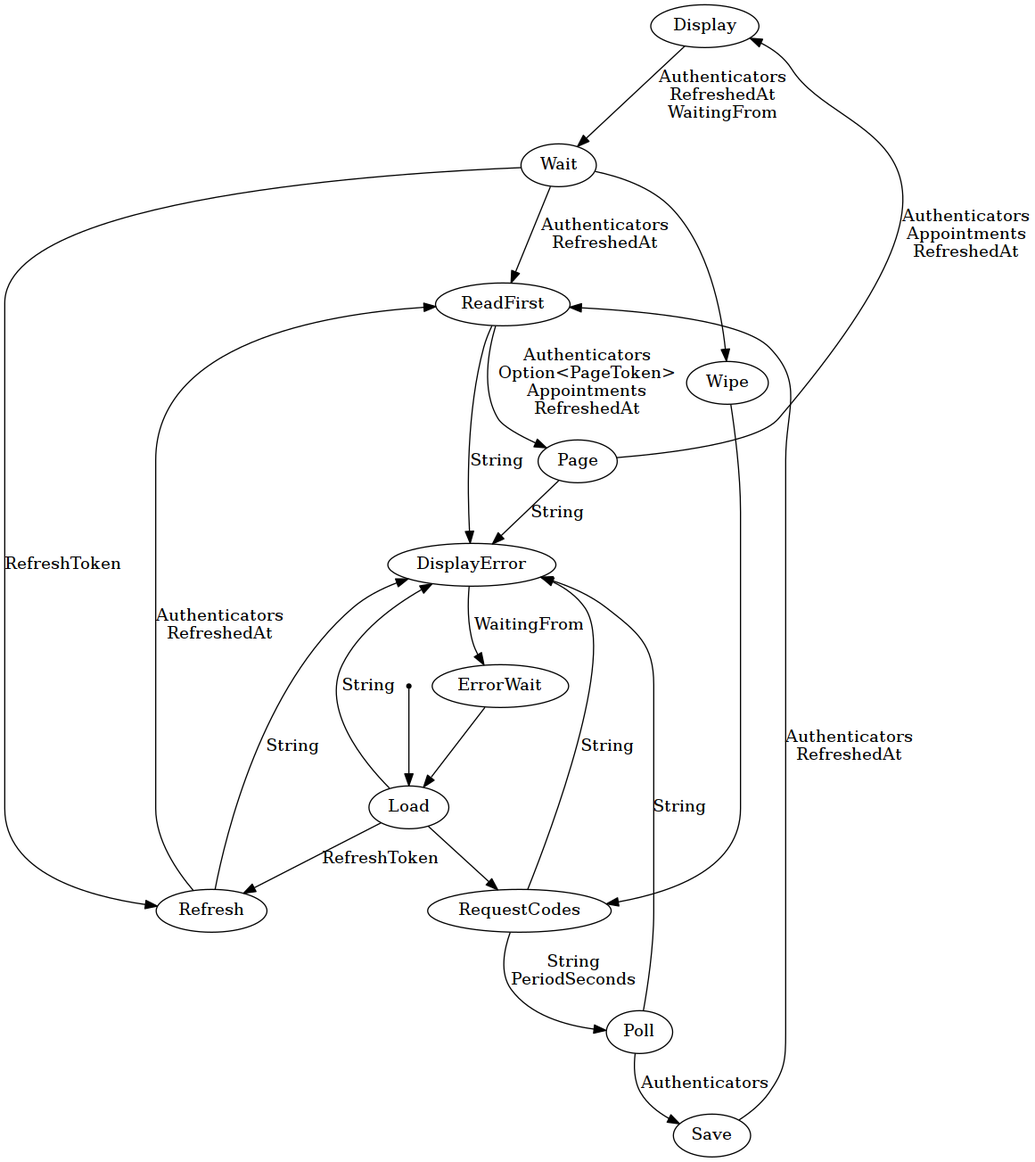
Before: docs/cal_machine.png, a diagram exported from Graphviz (kieranjwhite/calendar_mirror). Its source is kept beside it as docs/cal_machine.dot.
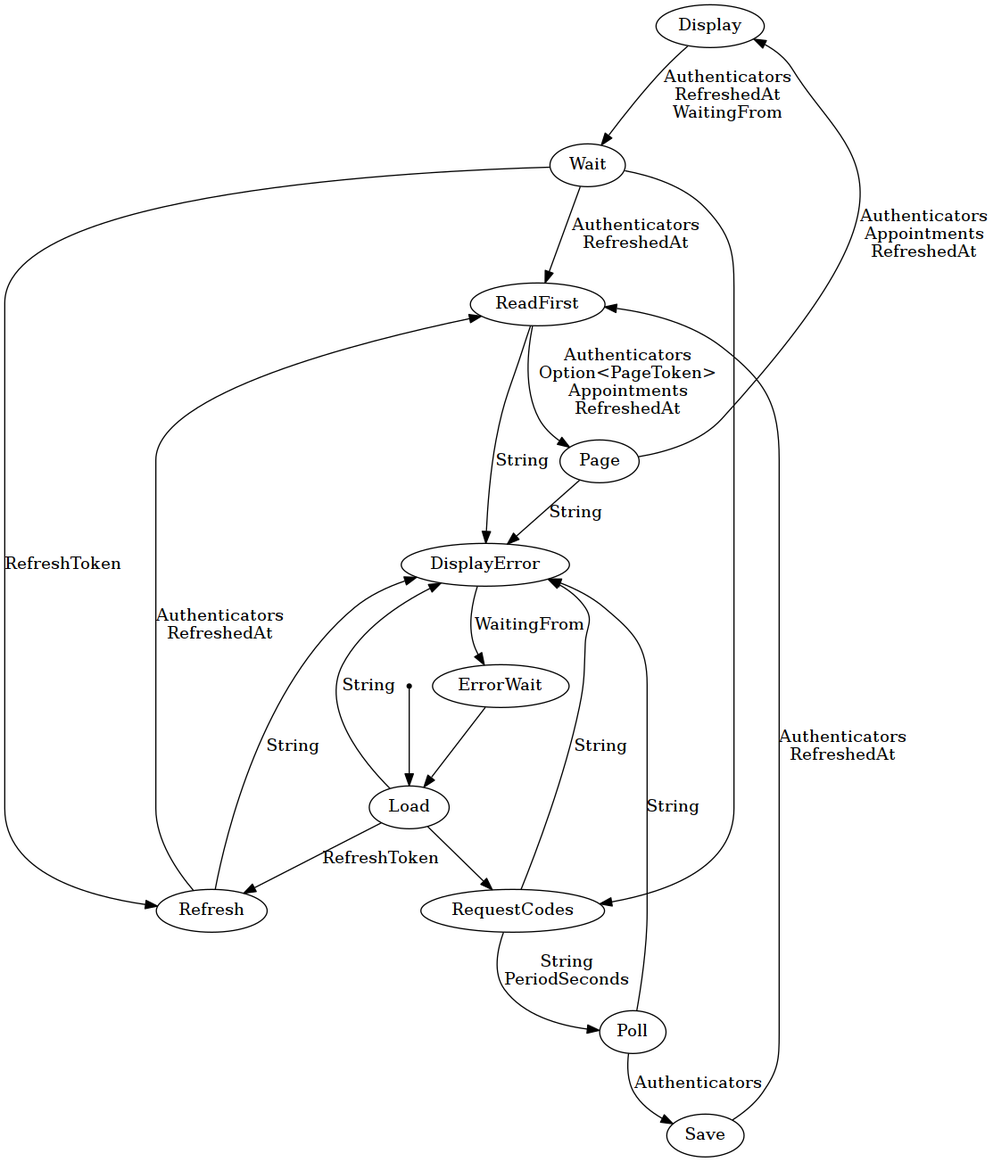
Above is the later version.

What changed in the source:
```diff
@@ -10,13 +10,12 @@
     RequestCodes[label="RequestCodes"][shape="ellipse"];
     Save[label="Save"][shape="ellipse"];
     Wait[label="Wait"][shape="ellipse"];
-    Wipe[label="Wipe"][shape="ellipse"];
     _start[label="_start"][shape="point"];
     _start -> Load[label=""];
     ErrorWait -> Load[label=""];
     DisplayError -> ErrorWait[label="WaitingFrom\n"];
     Load -> RequestCodes[label=""];
-    Wipe -> RequestCodes[label=""];
+    Wait -> RequestCodes[label=""];
     Load -> Refresh[label="RefreshToken\n"];
     Wait -> Refresh[label="RefreshToken\n"];
     Refresh -> ReadFirst[label="Authenticators\nRefreshedAt\n"];
@@ -33,5 +32,4 @@
     ReadFirst -> Page[label="Authenticators\nOption<PageToken>\nAppointments\nRefreshedAt\n"];
     Page -> Display[label="Authenticators\nAppointments\nRefreshedAt\n"];
     Display -> Wait[label="Authenticators\nRefreshedAt\nWaitingFrom\n"];
-    Wait -> Wipe[label=""];
 }
```
